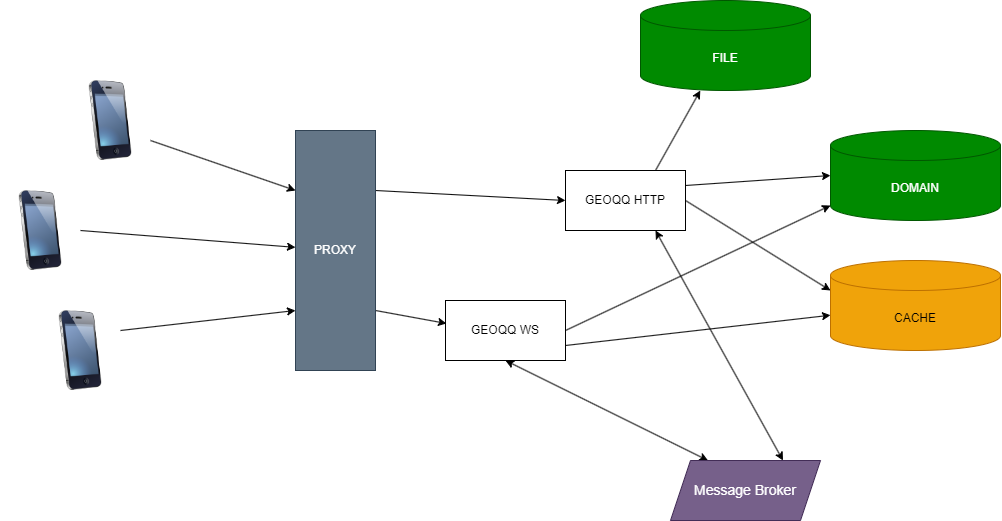
Above: server/docs/arch.png in qubacy/geoqq (draw.io), before the change. Source tidied: cells renumbered, new cells last; positions are measured from the earlier drawing's top-left corner, leaving out a move shared by most shapes. The source it was exported from:
```xml
<mxGraphModel>
  <root>
    <mxCell id="0" />
    <mxCell id="1" parent="0" />
    <mxCell id="2" style="edgeStyle=none;html=1;exitX=1;exitY=0.25;exitDx=0;exitDy=0;entryX=0;entryY=0.5;entryDx=0;entryDy=0;entryPerimeter=0;" parent="1" edge="1" source="6" target="8">
      <mxGeometry relative="1" as="geometry" />
    </mxCell>
    <mxCell id="3" style="edgeStyle=none;html=1;exitX=1;exitY=0.5;exitDx=0;exitDy=0;entryX=0;entryY=0;entryDx=0;entryDy=30;entryPerimeter=0;" parent="1" edge="1" source="6" target="7">
      <mxGeometry relative="1" as="geometry" />
    </mxCell>
    <mxCell id="4" style="edgeStyle=none;html=1;exitX=0.75;exitY=1;exitDx=0;exitDy=0;entryX=0.75;entryY=0;entryDx=0;entryDy=0;fontSize=14;startArrow=classic;startFill=1;" parent="1" edge="1" source="6" target="16">
      <mxGeometry relative="1" as="geometry" />
    </mxCell>
    <mxCell id="5" style="edgeStyle=none;html=1;exitX=0.75;exitY=0;exitDx=0;exitDy=0;fontSize=14;startArrow=none;startFill=0;" parent="1" edge="1" source="6" target="23">
      <mxGeometry relative="1" as="geometry" />
    </mxCell>
    <mxCell id="6" value="GEOQQ HTTP" style="rounded=0;whiteSpace=wrap;html=1;" parent="1" vertex="1">
      <mxGeometry x="565" y="170" width="120" height="60" as="geometry" />
    </mxCell>
    <mxCell id="7" value="CACHE" style="shape=cylinder3;whiteSpace=wrap;html=1;boundedLbl=1;backgroundOutline=1;size=15;fillColor=#f0a30a;fontColor=#000000;strokeColor=#BD7000;" parent="1" vertex="1">
      <mxGeometry x="830" y="260" width="170" height="90" as="geometry" />
    </mxCell>
    <mxCell id="8" value="DOMAIN" style="shape=cylinder3;whiteSpace=wrap;html=1;boundedLbl=1;backgroundOutline=1;size=15;fillColor=#008a00;fontColor=#ffffff;strokeColor=#005700;" parent="1" vertex="1">
      <mxGeometry x="830" y="130" width="170" height="90" as="geometry" />
    </mxCell>
    <mxCell id="9" style="edgeStyle=none;html=1;exitX=1;exitY=0.5;exitDx=0;exitDy=0;entryX=0;entryY=1;entryDx=0;entryDy=-15;entryPerimeter=0;" parent="1" edge="1" source="11" target="8">
      <mxGeometry relative="1" as="geometry" />
    </mxCell>
    <mxCell id="10" style="edgeStyle=none;html=1;exitX=1;exitY=0.75;exitDx=0;exitDy=0;" parent="1" edge="1" source="11" target="7">
      <mxGeometry relative="1" as="geometry" />
    </mxCell>
    <mxCell id="11" value="GEOQQ WS" style="rounded=0;whiteSpace=wrap;html=1;" parent="1" vertex="1">
      <mxGeometry x="445" y="300" width="120" height="60" as="geometry" />
    </mxCell>
    <mxCell id="12" style="edgeStyle=none;html=1;exitX=1;exitY=0.25;exitDx=0;exitDy=0;entryX=0;entryY=0.5;entryDx=0;entryDy=0;" parent="1" edge="1" source="14" target="6">
      <mxGeometry relative="1" as="geometry" />
    </mxCell>
    <mxCell id="13" style="edgeStyle=none;html=1;exitX=1;exitY=0.75;exitDx=0;exitDy=0;entryX=0.008;entryY=0.383;entryDx=0;entryDy=0;entryPerimeter=0;" parent="1" edge="1" source="14" target="11">
      <mxGeometry relative="1" as="geometry" />
    </mxCell>
    <mxCell id="14" value="PROXY" style="rounded=0;whiteSpace=wrap;html=1;fillColor=#647687;fontColor=#ffffff;strokeColor=#314354;" parent="1" vertex="1">
      <mxGeometry x="295" y="130" width="80" height="240" as="geometry" />
    </mxCell>
    <mxCell id="15" style="edgeStyle=none;html=1;exitX=0.25;exitY=0;exitDx=0;exitDy=0;entryX=0.5;entryY=1;entryDx=0;entryDy=0;fontSize=14;startArrow=classic;startFill=1;" parent="1" edge="1" source="16" target="11">
      <mxGeometry relative="1" as="geometry" />
    </mxCell>
    <mxCell id="16" value="&lt;span class=&quot;mwai-text CWHqlUDu9z_VhM1iNYox&quot;&gt;&lt;font style=&quot;font-size: 14px;&quot;&gt;Message Broker&lt;/font&gt;&lt;/span&gt;" style="shape=parallelogram;perimeter=parallelogramPerimeter;whiteSpace=wrap;html=1;fixedSize=1;fillColor=#76608a;fontColor=#ffffff;strokeColor=#432D57;" parent="1" vertex="1">
      <mxGeometry x="670" y="460" width="150" height="60" as="geometry" />
    </mxCell>
    <mxCell id="17" style="edgeStyle=none;html=1;exitX=1;exitY=0.75;exitDx=0;exitDy=0;entryX=0;entryY=0.25;entryDx=0;entryDy=0;fontSize=14;" parent="1" edge="1" source="18" target="14">
      <mxGeometry relative="1" as="geometry" />
    </mxCell>
    <mxCell id="18" style="image;html=1;image=img/lib/clip_art/telecommunication/iPhone_128x128.png;fontSize=14;" parent="1" vertex="1">
      <mxGeometry x="70" y="80" width="80" height="80" as="geometry" />
    </mxCell>
    <mxCell id="19" style="edgeStyle=none;html=1;exitX=1;exitY=0.5;exitDx=0;exitDy=0;fontSize=14;" parent="1" edge="1" source="20" target="14">
      <mxGeometry relative="1" as="geometry" />
    </mxCell>
    <mxCell id="20" style="image;html=1;image=img/lib/clip_art/telecommunication/iPhone_128x128.png;fontSize=14;" parent="1" vertex="1">
      <mxGeometry y="190" width="80" height="80" as="geometry" />
    </mxCell>
    <mxCell id="21" style="edgeStyle=none;html=1;exitX=1;exitY=0.25;exitDx=0;exitDy=0;entryX=0;entryY=0.75;entryDx=0;entryDy=0;fontSize=14;" parent="1" edge="1" source="22" target="14">
      <mxGeometry relative="1" as="geometry" />
    </mxCell>
    <mxCell id="22" style="image;html=1;image=img/lib/clip_art/telecommunication/iPhone_128x128.png;fontSize=14;" parent="1" vertex="1">
      <mxGeometry x="40" y="310" width="80" height="80" as="geometry" />
    </mxCell>
    <mxCell id="23" value="FILE" style="shape=cylinder3;whiteSpace=wrap;html=1;boundedLbl=1;backgroundOutline=1;size=15;fillColor=#008a00;fontColor=#ffffff;strokeColor=#005700;" parent="1" vertex="1">
      <mxGeometry x="640" width="170" height="90" as="geometry" />
    </mxCell>
  </root>
</mxGraphModel>
```
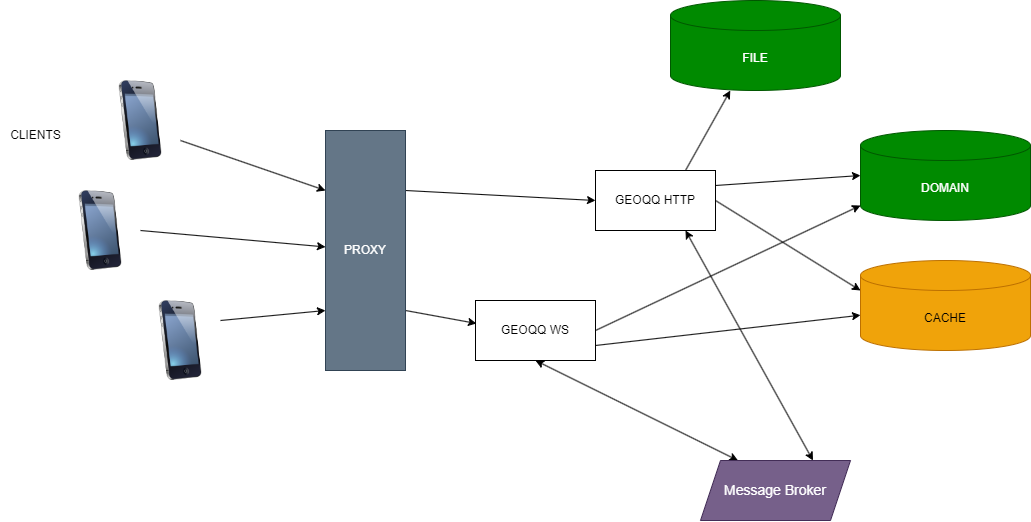
The same file after the commit.

Change to the diagram source:
```diff
@@ -57,16 +57,19 @@
       <mxGeometry relative="1" as="geometry" />
     </mxCell>
     <mxCell id="20" style="image;html=1;image=img/lib/clip_art/telecommunication/iPhone_128x128.png;fontSize=14;" parent="1" vertex="1">
-      <mxGeometry y="190" width="80" height="80" as="geometry" />
+      <mxGeometry x="30" y="190" width="80" height="80" as="geometry" />
     </mxCell>
     <mxCell id="21" style="edgeStyle=none;html=1;exitX=1;exitY=0.25;exitDx=0;exitDy=0;entryX=0;entryY=0.75;entryDx=0;entryDy=0;fontSize=14;" parent="1" edge="1" source="22" target="14">
       <mxGeometry relative="1" as="geometry" />
     </mxCell>
     <mxCell id="22" style="image;html=1;image=img/lib/clip_art/telecommunication/iPhone_128x128.png;fontSize=14;" parent="1" vertex="1">
-      <mxGeometry x="40" y="310" width="80" height="80" as="geometry" />
+      <mxGeometry x="110" y="300" width="80" height="80" as="geometry" />
     </mxCell>
     <mxCell id="23" value="FILE" style="shape=cylinder3;whiteSpace=wrap;html=1;boundedLbl=1;backgroundOutline=1;size=15;fillColor=#008a00;fontColor=#ffffff;strokeColor=#005700;" parent="1" vertex="1">
       <mxGeometry x="640" width="170" height="90" as="geometry" />
     </mxCell>
+    <mxCell id="24" value="CLIENTS" style="text;html=1;align=center;verticalAlign=middle;strokeColor=none;fillColor=none;" parent="1" vertex="1">
+      <mxGeometry x="-30" y="120" width="70" height="30" as="geometry" />
+    </mxCell>
   </root>
 </mxGraphModel>
```
